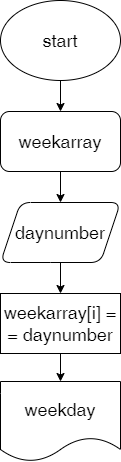
Above: Tasks/task03/alg.drawio.png in sergdmi/3-Code (draw.io), before the change. Source tidied: cells renumbered, new cells last; positions are measured from the earlier drawing's top-left corner, leaving out a move shared by most shapes. Source of this version:
```xml
<mxGraphModel>
  <root>
    <mxCell id="0" />
    <mxCell id="1" parent="0" />
    <mxCell id="2" style="edgeStyle=none;html=1;fontSize=18;" parent="1" edge="1" source="3" target="5">
      <mxGeometry relative="1" as="geometry" />
    </mxCell>
    <mxCell id="3" value="start" style="ellipse;whiteSpace=wrap;html=1;fontSize=18;" parent="1" vertex="1">
      <mxGeometry width="120" height="80" as="geometry" />
    </mxCell>
    <mxCell id="4" style="edgeStyle=none;html=1;fontSize=18;" parent="1" edge="1" source="5" target="7">
      <mxGeometry relative="1" as="geometry" />
    </mxCell>
    <mxCell id="5" value="weekarray" style="rounded=1;whiteSpace=wrap;html=1;fontSize=18;" parent="1" vertex="1">
      <mxGeometry y="111" width="120" height="60" as="geometry" />
    </mxCell>
    <mxCell id="6" style="edgeStyle=none;html=1;fontSize=18;" parent="1" edge="1" source="7" target="9">
      <mxGeometry relative="1" as="geometry" />
    </mxCell>
    <mxCell id="7" value="daynumber" style="shape=parallelogram;perimeter=parallelogramPerimeter;whiteSpace=wrap;html=1;fixedSize=1;fontSize=18;rounded=1;" parent="1" vertex="1">
      <mxGeometry y="202" width="120" height="60" as="geometry" />
    </mxCell>
    <mxCell id="8" style="edgeStyle=none;html=1;fontSize=18;" parent="1" edge="1" source="9" target="10">
      <mxGeometry relative="1" as="geometry" />
    </mxCell>
    <mxCell id="9" value="weekarray[i] = = daynumber" style="rounded=0;whiteSpace=wrap;html=1;fontSize=18;" parent="1" vertex="1">
      <mxGeometry y="293" width="120" height="60" as="geometry" />
    </mxCell>
    <mxCell id="10" value="weekday" style="shape=document;whiteSpace=wrap;html=1;boundedLbl=1;fontSize=18;rounded=0;" parent="1" vertex="1">
      <mxGeometry y="381" width="120" height="80" as="geometry" />
    </mxCell>
  </root>
</mxGraphModel>
```
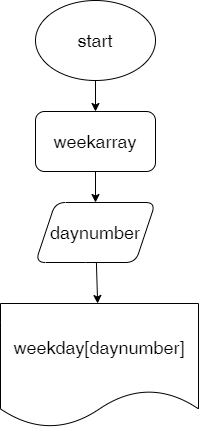
After the commit.

Commit message:
task03 to Tasks drawing corrected

The edit, as a diff of the source:
```diff
@@ -14,20 +14,14 @@
     <mxCell id="5" value="weekarray" style="rounded=1;whiteSpace=wrap;html=1;fontSize=18;" parent="1" vertex="1">
       <mxGeometry y="111" width="120" height="60" as="geometry" />
     </mxCell>
-    <mxCell id="6" style="edgeStyle=none;html=1;fontSize=18;" parent="1" edge="1" source="7" target="9">
-      <mxGeometry relative="1" as="geometry" />
-    </mxCell>
+    <mxCell id="8" style="edgeStyle=none;html=1;" parent="1" edge="1" source="7" target="10">
+      <mxGeometry relative="1" as="geometry" />
+    </mxCell>
     <mxCell id="7" value="daynumber" style="shape=parallelogram;perimeter=parallelogramPerimeter;whiteSpace=wrap;html=1;fixedSize=1;fontSize=18;rounded=1;" parent="1" vertex="1">
       <mxGeometry y="202" width="120" height="60" as="geometry" />
     </mxCell>
-    <mxCell id="8" style="edgeStyle=none;html=1;fontSize=18;" parent="1" edge="1" source="9" target="10">
-      <mxGeometry relative="1" as="geometry" />
-    </mxCell>
-    <mxCell id="9" value="weekarray[i] = = daynumber" style="rounded=0;whiteSpace=wrap;html=1;fontSize=18;" parent="1" vertex="1">
-      <mxGeometry y="293" width="120" height="60" as="geometry" />
-    </mxCell>
-    <mxCell id="10" value="weekday" style="shape=document;whiteSpace=wrap;html=1;boundedLbl=1;fontSize=18;rounded=0;" parent="1" vertex="1">
-      <mxGeometry y="381" width="120" height="80" as="geometry" />
+    <mxCell id="10" value="weekday[daynumber]" style="shape=document;whiteSpace=wrap;html=1;boundedLbl=1;fontSize=18;rounded=0;" parent="1" vertex="1">
+      <mxGeometry x="-35" y="303" width="198" height="124" as="geometry" />
     </mxCell>
   </root>
 </mxGraphModel>
```
